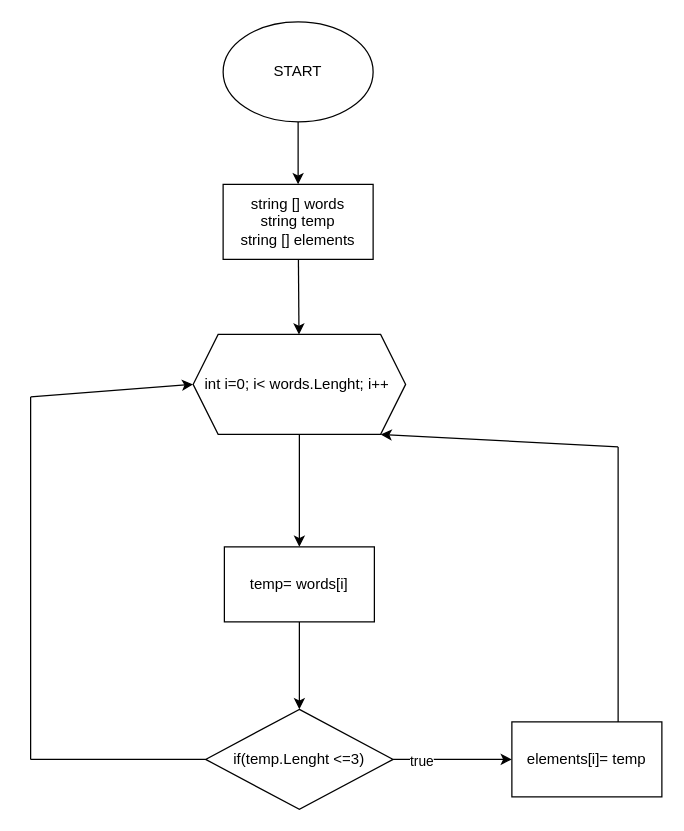
This is Reshenie_Zadach_kod/Project_001/project.drawio from DeGarce/Programmirovanie_Dnevnik, a draw.io file, before an edit. Source tidied: cells renumbered, new cells numbered last; positions are measured from the earlier drawing's top-left corner, leaving out a move shared by most shapes. Both pictures are drawn from the tidied source at 125%, with x=0, y=0 at pixel (30, 21).
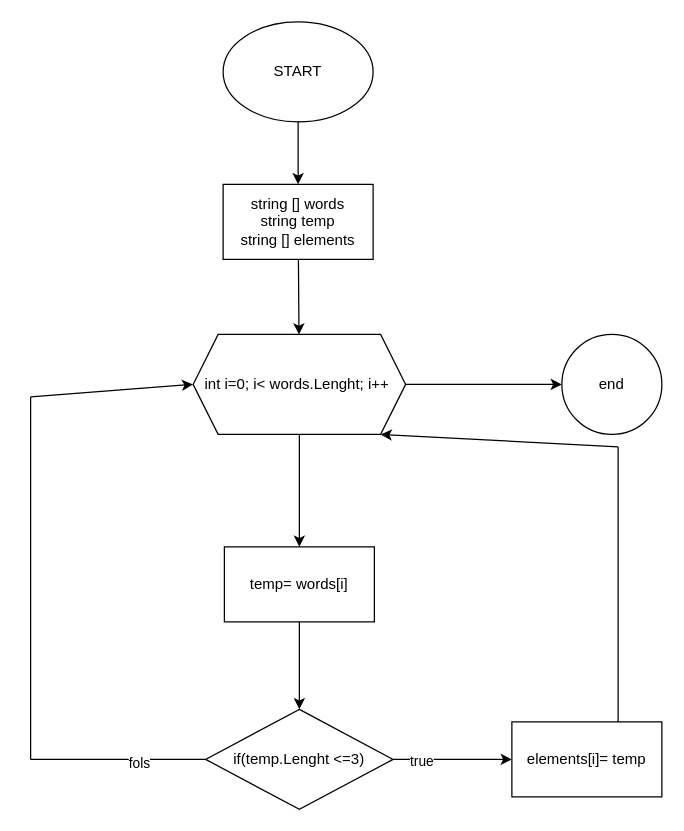
The same diagram, later.

Commit message:
Сделал редми файл

The change refers to these unchanged cells:
```xml
<mxCell id="7" value="int i=0; i&amp;lt; words.Lenght; i++&amp;nbsp;" style="shape=hexagon;perimeter=hexagonPerimeter2;whiteSpace=wrap;html=1;fixedSize=1;" parent="1" vertex="1">
  <mxGeometry x="130" y="250" width="170" height="80" as="geometry" />
</mxCell>
<mxCell id="14" style="endArrow=none;html=1;" parent="1" edge="1">
  <mxGeometry relative="1" as="geometry">
    <mxPoint y="590" as="sourcePoint" />
    <mxPoint x="140" y="590" as="targetPoint" />
  </mxGeometry>
</mxCell>
```

The edit, as a diff of the source:
```diff
@@
+    <mxCell id="19" style="edgeStyle=none;html=1;" parent="1" edge="1" source="7" target="21">
+      <mxGeometry relative="1" as="geometry" />
+    </mxCell>
@@
+    <mxCell id="20" value="fols" style="edgeLabel;html=1;align=center;verticalAlign=middle;" parent="14" vertex="1">
+      <mxGeometry x="0.23" y="-2" relative="1" as="geometry" />
+    </mxCell>
@@
+    <mxCell id="21" value="end" style="ellipse;whiteSpace=wrap;html=1;" parent="1" vertex="1">
+      <mxGeometry x="425" y="250" width="80" height="80" as="geometry" />
+    </mxCell>
```
